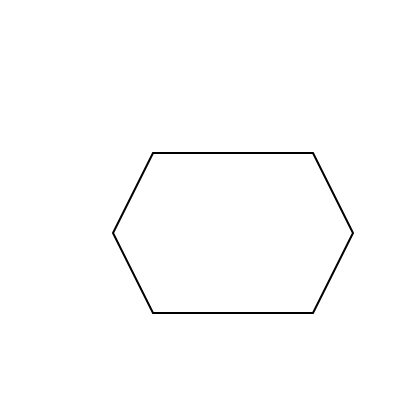
Before: materials/images/ch-communities-and-collaboration/text/basic-foss-workflow.drawio in HFOSSedu/GitKit-Codespace, a draw.io diagram. Source tidied: cells renumbered, new cells numbered last; positions are measured from the earlier drawing's top-left corner, leaving out a move shared by most shapes. Both pictures are drawn from the tidied source at 200%, with x=0, y=0 at pixel (112, 152).
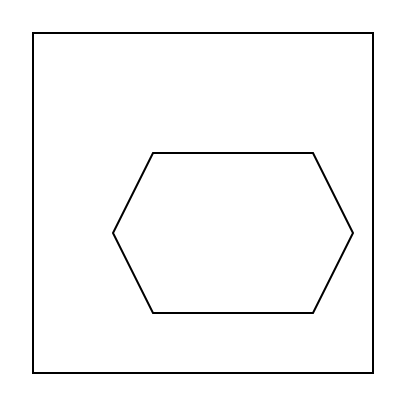
Above is the later version.

The edit, as a diff of the source:
```diff
@@
 <mxGraphModel>
   <root>
     <mxCell id="0" />
     <mxCell id="1" parent="0" />
+    <mxCell id="3" style="whiteSpace=wrap;html=1;" parent="1" vertex="1">
+      <mxGeometry x="-40" y="-60" width="170" height="170" as="geometry" />
+    </mxCell>
     <mxCell id="2" style="shape=hexagon;perimeter=hexagonPerimeter2;whiteSpace=wrap;html=1;fixedSize=1;" parent="1" vertex="1">
       <mxGeometry width="120" height="80" as="geometry" />
     </mxCell>
   </root>
 </mxGraphModel>
```
